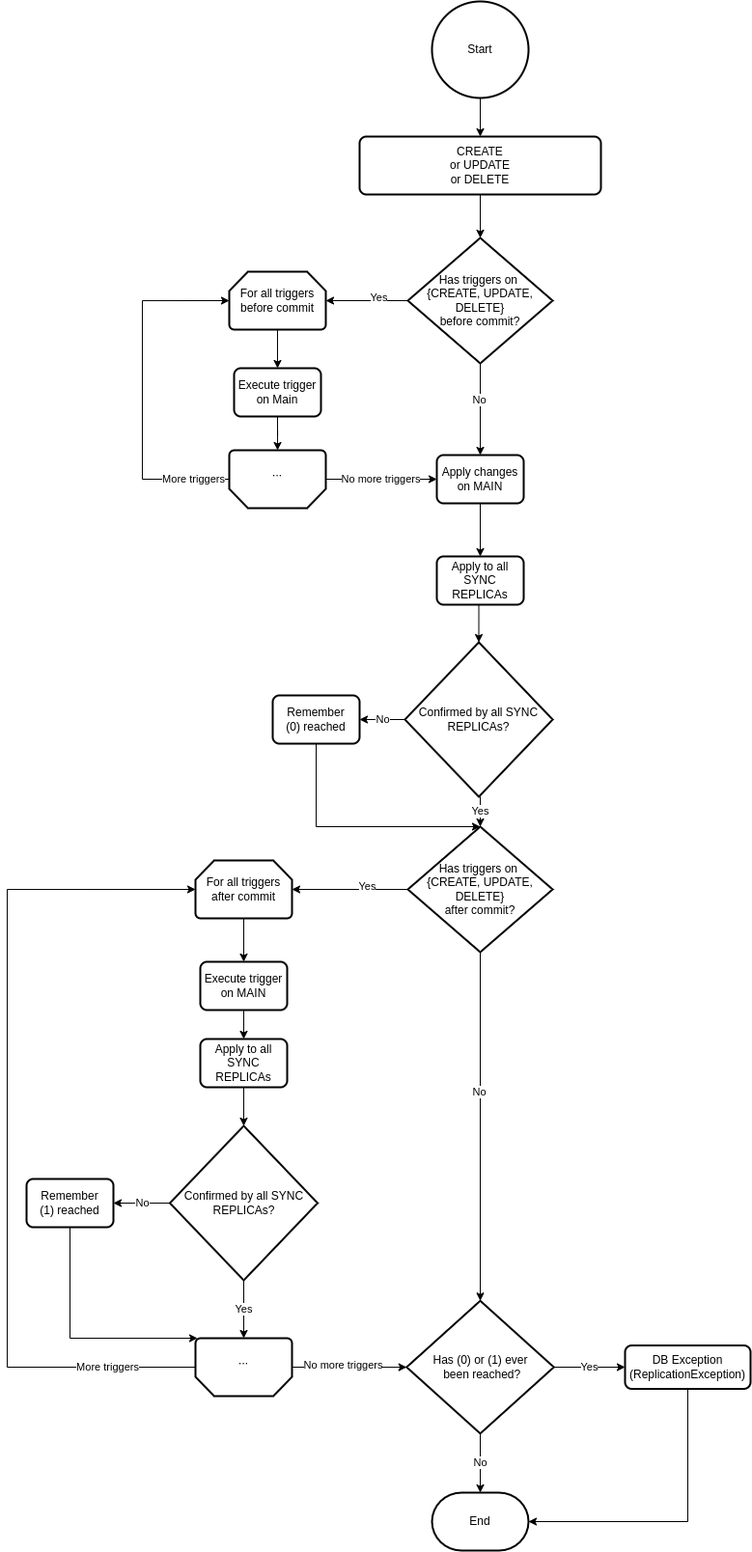
This is docs/under-the-hood/data/replication/workflow_diagram_data_manipulation.drawio.png from memgraph/docs, a draw.io export, as it was before one commit. Source tidied: cells renumbered, new cells last; positions are measured from the earlier drawing's top-left corner, leaving out a move shared by most shapes.
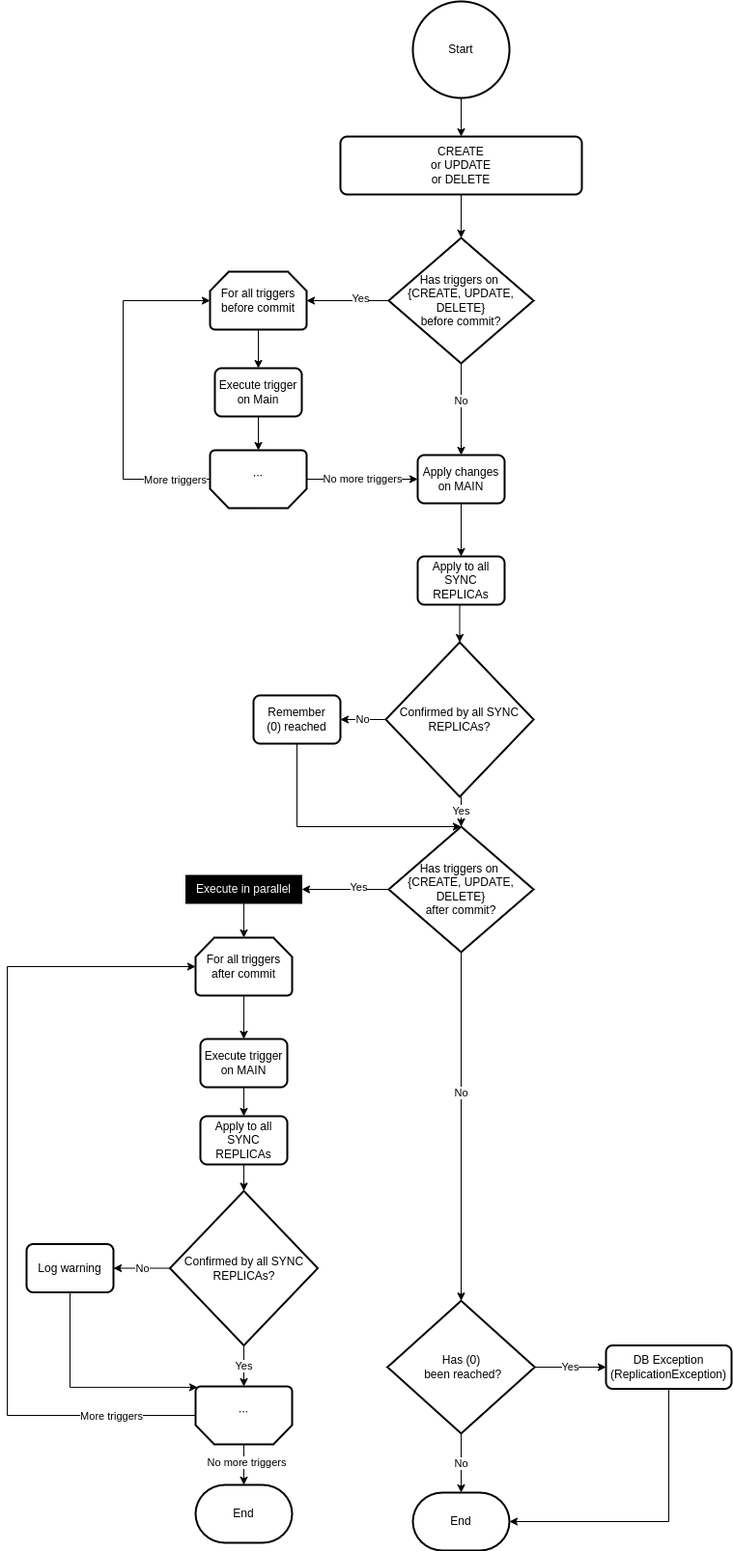
The same diagram one commit later.

Commit message:
Update workflow diagram w.r.t. triggers

Change to the diagram source:
```diff
@@ -102,7 +102,7 @@
     <mxCell id="30" value="&lt;div&gt;Has triggers on&amp;nbsp;&lt;/div&gt;&lt;div&gt;{CREATE, UPDATE, DELETE}&lt;/div&gt;&lt;div&gt;after commit?&lt;/div&gt;" style="strokeWidth=2;html=1;shape=mxgraph.flowchart.decision;whiteSpace=wrap;" parent="1" vertex="1">
       <mxGeometry x="415" y="855" width="150" height="130" as="geometry" />
     </mxCell>
-    <mxCell id="31" style="endArrow=classic;html=1;rounded=0;exitX=0;exitY=0.5;exitDx=0;exitDy=0;exitPerimeter=0;entryX=1;entryY=0.5;entryDx=0;entryDy=0;entryPerimeter=0;" parent="1" edge="1" source="30" target="41">
+    <mxCell id="31" style="endArrow=classic;html=1;rounded=0;exitX=0;exitY=0.5;exitDx=0;exitDy=0;exitPerimeter=0;entryX=1;entryY=0.5;entryDx=0;entryDy=0;" parent="1" edge="1" source="30" target="59">
       <mxGeometry relative="1" as="geometry" />
     </mxCell>
     <mxCell id="32" value="Yes" style="edgeLabel;html=1;align=center;verticalAlign=middle;" parent="31" vertex="1">
@@ -117,62 +117,59 @@
     <mxCell id="35" style="edgeStyle=orthogonalEdgeStyle;rounded=0;jettySize=auto;html=1;exitX=1;exitY=0.5;exitDx=0;exitDy=0;exitPerimeter=0;entryX=0;entryY=0.5;entryDx=0;entryDy=0;entryPerimeter=0;" parent="1" edge="1" source="39" target="41">
       <mxGeometry relative="1" as="geometry">
         <Array as="points">
-          <mxPoint y="1415" />
-          <mxPoint y="920" />
+          <mxPoint x="20" y="1465" />
+          <mxPoint x="20" y="1000" />
         </Array>
       </mxGeometry>
     </mxCell>
     <mxCell id="36" value="More triggers" style="edgeLabel;html=1;align=center;verticalAlign=middle;" parent="35" vertex="1">
       <mxGeometry x="-0.79" relative="1" as="geometry" />
     </mxCell>
-    <mxCell id="37" style="edgeStyle=orthogonalEdgeStyle;rounded=0;jettySize=auto;html=1;exitX=0;exitY=0.5;exitDx=0;exitDy=0;exitPerimeter=0;" parent="1" edge="1" source="39" target="53">
+    <mxCell id="37" style="edgeStyle=orthogonalEdgeStyle;rounded=0;jettySize=auto;html=1;" parent="1" edge="1" source="39" target="57">
       <mxGeometry relative="1" as="geometry" />
     </mxCell>
     <mxCell id="38" value="No more triggers" style="edgeLabel;html=1;align=center;verticalAlign=middle;" parent="37" vertex="1">
       <mxGeometry x="-0.12" y="2" relative="1" as="geometry" />
     </mxCell>
     <mxCell id="39" value="..." style="strokeWidth=2;html=1;shape=mxgraph.flowchart.loop_limit;whiteSpace=wrap;rotation=-180;" parent="1" vertex="1">
-      <mxGeometry x="195" y="1385" width="100" height="60" as="geometry" />
+      <mxGeometry x="215" y="1435" width="100" height="60" as="geometry" />
     </mxCell>
     <mxCell id="40" style="edgeStyle=orthogonalEdgeStyle;rounded=0;jettySize=auto;html=1;exitX=0.5;exitY=1;exitDx=0;exitDy=0;exitPerimeter=0;entryX=0.5;entryY=0;entryDx=0;entryDy=0;" parent="1" edge="1" source="41" target="43">
       <mxGeometry relative="1" as="geometry" />
     </mxCell>
     <mxCell id="41" value="&lt;div&gt;For all triggers&lt;/div&gt;&lt;div&gt;after commit&lt;/div&gt;" style="strokeWidth=2;html=1;shape=mxgraph.flowchart.loop_limit;whiteSpace=wrap;" parent="1" vertex="1">
-      <mxGeometry x="195" y="890" width="100" height="60" as="geometry" />
+      <mxGeometry x="215" y="970" width="100" height="60" as="geometry" />
     </mxCell>
     <mxCell id="42" style="edgeStyle=orthogonalEdgeStyle;rounded=0;jettySize=auto;html=1;exitX=0.5;exitY=1;exitDx=0;exitDy=0;" parent="1" edge="1" source="43" target="45">
       <mxGeometry relative="1" as="geometry" />
     </mxCell>
     <mxCell id="43" value="&lt;div&gt;Execute trigger&lt;/div&gt;&lt;div&gt;on MAIN&lt;/div&gt;" style="rounded=1;whiteSpace=wrap;html=1;absoluteArcSize=1;arcSize=14;strokeWidth=2;" parent="1" vertex="1">
-      <mxGeometry x="200" y="995" width="90" height="50" as="geometry" />
+      <mxGeometry x="220" y="1075" width="90" height="50" as="geometry" />
     </mxCell>
-    <mxCell id="44" style="edgeStyle=orthogonalEdgeStyle;rounded=0;jettySize=auto;html=1;exitX=0.5;exitY=1;exitDx=0;exitDy=0;" parent="1" edge="1" source="45" target="48">
+    <mxCell id="44" style="edgeStyle=orthogonalEdgeStyle;rounded=0;jettySize=auto;html=1;exitX=0.5;exitY=1;exitDx=0;exitDy=0;entryX=0.5;entryY=0;entryDx=0;entryDy=0;entryPerimeter=0;" parent="1" edge="1" source="45" target="48">
       <mxGeometry relative="1" as="geometry" />
     </mxCell>
     <mxCell id="45" value="Apply to all SYNC REPLICAs" style="rounded=1;whiteSpace=wrap;html=1;absoluteArcSize=1;arcSize=14;strokeWidth=2;" parent="1" vertex="1">
-      <mxGeometry x="200" y="1075" width="90" height="50" as="geometry" />
+      <mxGeometry x="220" y="1155" width="90" height="50" as="geometry" />
     </mxCell>
-    <mxCell id="46" value="No" style="edgeStyle=orthogonalEdgeStyle;rounded=0;jettySize=auto;html=1;" parent="1" edge="1" target="50">
-      <mxGeometry relative="1" as="geometry">
-        <mxPoint x="170" y="1245" as="sourcePoint" />
-      </mxGeometry>
+    <mxCell id="46" value="No" style="edgeStyle=orthogonalEdgeStyle;rounded=0;jettySize=auto;html=1;" parent="1" edge="1" source="48" target="50">
+      <mxGeometry relative="1" as="geometry" />
     </mxCell>
-    <mxCell id="47" value="Yes" style="edgeStyle=orthogonalEdgeStyle;rounded=0;jettySize=auto;html=1;" parent="1" edge="1" source="48" target="39">
+    <mxCell id="47" value="Yes" style="edgeStyle=orthogonalEdgeStyle;rounded=0;jettySize=auto;html=1;exitX=0.5;exitY=1;exitDx=0;exitDy=0;exitPerimeter=0;" parent="1" edge="1" source="48" target="39">
       <mxGeometry relative="1" as="geometry" />
     </mxCell>
     <mxCell id="48" value="Confirmed by all SYNC REPLICAs?" style="strokeWidth=2;html=1;shape=mxgraph.flowchart.decision;whiteSpace=wrap;" parent="1" vertex="1">
-      <mxGeometry x="168.5" y="1165" width="153" height="160" as="geometry" />
+      <mxGeometry x="188.5" y="1232.5" width="153" height="160" as="geometry" />
     </mxCell>
     <mxCell id="49" style="edgeStyle=orthogonalEdgeStyle;rounded=0;jettySize=auto;html=1;exitX=0.5;exitY=1;exitDx=0;exitDy=0;entryX=0.98;entryY=0.985;entryDx=0;entryDy=0;entryPerimeter=0;" parent="1" edge="1" source="50" target="39">
       <mxGeometry relative="1" as="geometry">
         <Array as="points">
-          <mxPoint x="65" y="1385" />
-          <mxPoint x="197" y="1385" />
+          <mxPoint x="85" y="1436" />
         </Array>
       </mxGeometry>
     </mxCell>
-    <mxCell id="50" value="&lt;div&gt;Remember&lt;/div&gt;&lt;div&gt;(1) reached&lt;/div&gt;" style="rounded=1;whiteSpace=wrap;html=1;absoluteArcSize=1;arcSize=14;strokeWidth=2;" parent="1" vertex="1">
-      <mxGeometry x="20" y="1220" width="90" height="50" as="geometry" />
+    <mxCell id="50" value="&lt;div&gt;Log warning&lt;/div&gt;" style="rounded=1;whiteSpace=wrap;html=1;absoluteArcSize=1;arcSize=14;strokeWidth=2;" parent="1" vertex="1">
+      <mxGeometry x="40" y="1287.5" width="90" height="50" as="geometry" />
     </mxCell>
     <mxCell id="51" value="No" style="edgeStyle=orthogonalEdgeStyle;rounded=0;jettySize=auto;html=1;exitX=0.5;exitY=1;exitDx=0;exitDy=0;exitPerimeter=0;" parent="1" edge="1" source="53" target="54">
       <mxGeometry relative="1" as="geometry" />
@@ -180,7 +177,7 @@
     <mxCell id="52" value="Yes" style="edgeStyle=orthogonalEdgeStyle;rounded=0;jettySize=auto;html=1;exitX=1;exitY=0.5;exitDx=0;exitDy=0;exitPerimeter=0;" parent="1" edge="1" source="53" target="56">
       <mxGeometry relative="1" as="geometry" />
     </mxCell>
-    <mxCell id="53" value="&lt;div&gt;Has (0) or (1) ever&lt;/div&gt;&lt;div&gt;&amp;nbsp;been reached?&lt;/div&gt;" style="strokeWidth=2;html=1;shape=mxgraph.flowchart.decision;whiteSpace=wrap;" parent="1" vertex="1">
+    <mxCell id="53" value="&lt;div&gt;Has (0)&lt;/div&gt;&lt;div&gt;&amp;nbsp;been reached?&lt;/div&gt;" style="strokeWidth=2;html=1;shape=mxgraph.flowchart.decision;whiteSpace=wrap;" parent="1" vertex="1">
       <mxGeometry x="413.8" y="1346.2" width="152.5" height="137.5" as="geometry" />
     </mxCell>
     <mxCell id="54" value="End" style="strokeWidth=2;html=1;shape=mxgraph.flowchart.terminator;whiteSpace=wrap;" parent="1" vertex="1">
@@ -192,5 +189,14 @@
     <mxCell id="56" value="&lt;div&gt;DB Exception&lt;/div&gt;&lt;div&gt;(ReplicationException)&lt;/div&gt;" style="rounded=1;whiteSpace=wrap;html=1;absoluteArcSize=1;arcSize=14;strokeWidth=2;" parent="1" vertex="1">
       <mxGeometry x="640" y="1392.5" width="130" height="45" as="geometry" />
     </mxCell>
+    <mxCell id="57" value="End" style="strokeWidth=2;html=1;shape=mxgraph.flowchart.terminator;whiteSpace=wrap;" parent="1" vertex="1">
+      <mxGeometry x="215" y="1537" width="100" height="60" as="geometry" />
+    </mxCell>
+    <mxCell id="58" style="edgeStyle=orthogonalEdgeStyle;rounded=0;jettySize=auto;html=1;exitX=0.5;exitY=1;exitDx=0;exitDy=0;entryX=0.5;entryY=0;entryDx=0;entryDy=0;entryPerimeter=0;fontColor=#FFFFFF;" parent="1" edge="1" source="59" target="41">
+      <mxGeometry relative="1" as="geometry" />
+    </mxCell>
+    <mxCell id="59" value="Execute in parallel" style="rounded=0;whiteSpace=wrap;html=1;fontColor=#FFFFFF;fillColor=#000000;" parent="1" vertex="1">
+      <mxGeometry x="205" y="905.5" width="120" height="29" as="geometry" />
+    </mxCell>
   </root>
 </mxGraphModel>
```
